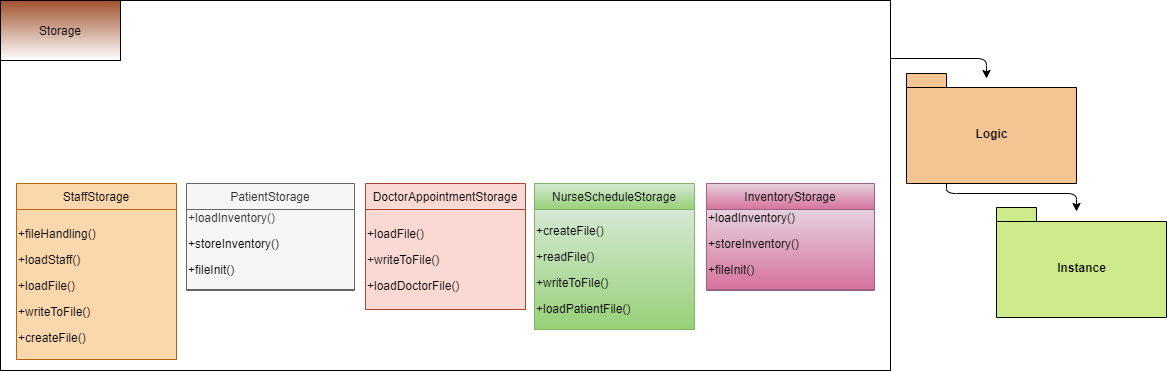
Before: docs/images/StorageUML.png, a diagram exported from draw.io (nus-cs2113-AY2021S2/tp). Source tidied: cells renumbered, new cells last; positions are measured from the earlier drawing's top-left corner, leaving out a move shared by most shapes.
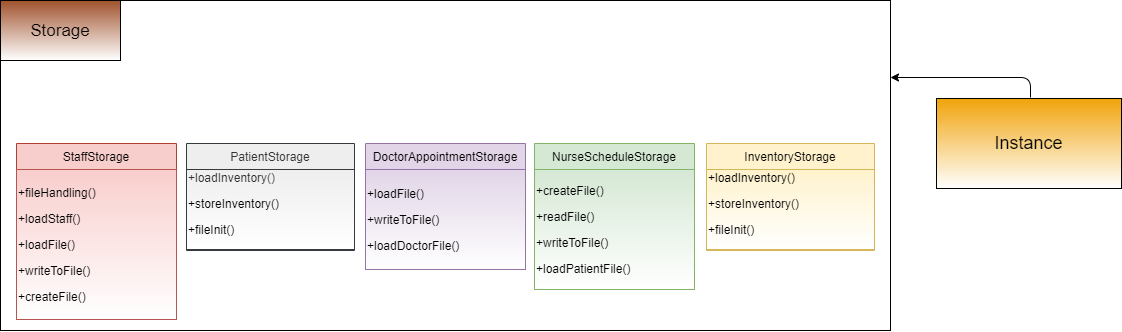
After the change.

Commit message:
Updated StorageUML diagram

Change to the diagram source:
```diff
@@ -3,74 +3,62 @@
     <mxCell id="0" />
     <mxCell id="1" parent="0" />
     <mxCell id="2" style="shape=table;html=1;whiteSpace=wrap;startSize=0;" parent="1" vertex="1">
-      <mxGeometry width="890" height="370" as="geometry" />
+      <mxGeometry y="40" width="890" height="330" as="geometry" />
     </mxCell>
     <mxCell id="3" style="shape=partialRectangle;html=1;whiteSpace=wrap;fillColor=none;top=0;left=0;bottom=0;right=0;" parent="2" vertex="1">
-      <mxGeometry width="890" height="370" as="geometry" />
+      <mxGeometry width="890" height="330" as="geometry" />
     </mxCell>
     <mxCell id="4" style="shape=partialRectangle;html=1;whiteSpace=wrap;overflow=hidden;fillColor=none;top=0;left=0;bottom=0;right=0;shadow=0;" parent="3" vertex="1">
-      <mxGeometry width="890" height="370" as="geometry" />
+      <mxGeometry width="890" height="330" as="geometry" />
     </mxCell>
-    <mxCell id="5" value="DoctorAppointmentStorage" style="swimlane;fontStyle=0;align=center;verticalAlign=top;horizontal=1;startSize=26;rounded=0;shadow=0;strokeWidth=1;strokeColor=#ae4132;fillColor=#fad9d5;" parent="1" vertex="1">
+    <mxCell id="5" value="DoctorAppointmentStorage" style="swimlane;fontStyle=0;align=center;verticalAlign=middle;horizontal=1;startSize=26;rounded=0;shadow=0;strokeWidth=1;fillColor=#E1D5E7;strokeColor=#9673A6;" parent="1" vertex="1">
       <mxGeometry x="365" y="183" width="160" height="126" as="geometry" />
     </mxCell>
-    <mxCell id="6" value="&lt;p&gt;&lt;font style=&quot;font-size: 12px&quot;&gt;+loadFile()&lt;/font&gt;&lt;/p&gt;&lt;p&gt;&lt;font style=&quot;font-size: 12px&quot;&gt;+writeToFile()&lt;/font&gt;&lt;/p&gt;&lt;p&gt;&lt;font style=&quot;font-size: 12px&quot;&gt;+loadDoctorFile()&lt;/font&gt;&lt;/p&gt;" style="text;html=1;align=left;verticalAlign=middle;strokeColor=#ae4132;fillColor=#fad9d5;" parent="5" vertex="1">
+    <mxCell id="6" value="&lt;p&gt;&lt;font style=&quot;font-size: 12px&quot;&gt;+loadFile()&lt;/font&gt;&lt;/p&gt;&lt;p&gt;&lt;font style=&quot;font-size: 12px&quot;&gt;+writeToFile()&lt;/font&gt;&lt;/p&gt;&lt;p&gt;&lt;font style=&quot;font-size: 12px&quot;&gt;+loadDoctorFile()&lt;/font&gt;&lt;/p&gt;" style="text;html=1;align=left;verticalAlign=middle;fillColor=#E1D5E7;strokeColor=#9673A6;gradientColor=#ffffff;" parent="5" vertex="1">
       <mxGeometry y="26" width="160" height="100" as="geometry" />
     </mxCell>
-    <mxCell id="7" value="NurseScheduleStorage" style="swimlane;fontStyle=0;align=center;verticalAlign=top;horizontal=1;startSize=26;rounded=0;shadow=0;strokeWidth=1;gradientColor=#97d077;fillColor=#d5e8d4;strokeColor=#82b366;" parent="1" vertex="1">
+    <mxCell id="7" value="NurseScheduleStorage" style="swimlane;fontStyle=0;align=center;verticalAlign=middle;horizontal=1;startSize=26;rounded=0;shadow=0;strokeWidth=1;fillColor=#D5E8D4;strokeColor=#82B366;" parent="1" vertex="1">
       <mxGeometry x="534" y="183" width="160" height="146" as="geometry" />
     </mxCell>
-    <mxCell id="8" value="&lt;p&gt;&lt;font style=&quot;font-size: 12px&quot;&gt;+createFile()&lt;/font&gt;&lt;/p&gt;&lt;p&gt;&lt;font style=&quot;font-size: 12px&quot;&gt;+readFile()&lt;/font&gt;&lt;/p&gt;&lt;p&gt;&lt;font style=&quot;font-size: 12px&quot;&gt;+writeToFile()&lt;/font&gt;&lt;/p&gt;&lt;p&gt;&lt;font style=&quot;font-size: 12px&quot;&gt;+loadPatientFile()&lt;/font&gt;&lt;/p&gt;" style="text;html=1;align=left;verticalAlign=middle;strokeColor=#82b366;gradientColor=#97d077;fillColor=#d5e8d4;" parent="7" vertex="1">
+    <mxCell id="8" value="&lt;p&gt;&lt;font style=&quot;font-size: 12px&quot;&gt;+createFile()&lt;/font&gt;&lt;/p&gt;&lt;p&gt;&lt;font style=&quot;font-size: 12px&quot;&gt;+readFile()&lt;/font&gt;&lt;/p&gt;&lt;p&gt;&lt;font style=&quot;font-size: 12px&quot;&gt;+writeToFile()&lt;/font&gt;&lt;/p&gt;&lt;p&gt;&lt;font style=&quot;font-size: 12px&quot;&gt;+loadPatientFile()&lt;/font&gt;&lt;/p&gt;" style="text;html=1;align=left;verticalAlign=middle;fillColor=#D5E8D4;gradientColor=#FFFFFF;strokeColor=#82B366;" parent="7" vertex="1">
       <mxGeometry y="26" width="160" height="120" as="geometry" />
     </mxCell>
-    <mxCell id="9" value="PatientStorage" style="swimlane;fontStyle=0;align=center;verticalAlign=top;horizontal=1;startSize=26;rounded=0;shadow=0;strokeWidth=1;fillColor=#f5f5f5;strokeColor=#666666;fontColor=#333333;" parent="1" vertex="1">
+    <mxCell id="9" value="PatientStorage" style="swimlane;fontStyle=0;align=center;verticalAlign=middle;horizontal=1;startSize=26;rounded=0;shadow=0;strokeWidth=1;fontColor=#333333;fillColor=#EEEEEE;strokeColor=#36393D;" parent="1" vertex="1">
       <mxGeometry x="186" y="183" width="168" height="107" as="geometry" />
     </mxCell>
-    <mxCell id="10" value="&lt;font style=&quot;font-size: 12px&quot;&gt;+loadInventory()&lt;br&gt;&lt;/font&gt;&lt;p&gt;&lt;span style=&quot;color: rgb(0 , 0 , 0)&quot;&gt;&lt;font style=&quot;font-size: 12px&quot;&gt;+storeInventory()&lt;/font&gt;&lt;/span&gt;&lt;/p&gt;&lt;p&gt;&lt;span style=&quot;color: rgb(0 , 0 , 0)&quot;&gt;&lt;font style=&quot;font-size: 12px&quot;&gt;+fileInit()&lt;/font&gt;&lt;/span&gt;&lt;/p&gt;" style="text;html=1;align=left;verticalAlign=middle;strokeColor=#666666;fillColor=#f5f5f5;fontColor=#333333;" parent="9" vertex="1">
+    <mxCell id="10" value="&lt;font style=&quot;font-size: 12px&quot;&gt;+loadInventory()&lt;br&gt;&lt;/font&gt;&lt;p&gt;&lt;span style=&quot;color: rgb(0 , 0 , 0)&quot;&gt;&lt;font style=&quot;font-size: 12px&quot;&gt;+storeInventory()&lt;/font&gt;&lt;/span&gt;&lt;/p&gt;&lt;p&gt;&lt;span style=&quot;color: rgb(0 , 0 , 0)&quot;&gt;&lt;font style=&quot;font-size: 12px&quot;&gt;+fileInit()&lt;/font&gt;&lt;/span&gt;&lt;/p&gt;" style="text;html=1;align=left;verticalAlign=middle;fontColor=#333333;fillColor=#EEEEEE;strokeColor=#36393D;gradientColor=#ffffff;" parent="9" vertex="1">
       <mxGeometry y="26" width="168" height="80" as="geometry" />
     </mxCell>
-    <mxCell id="11" value="InventoryStorage" style="swimlane;fontStyle=0;align=center;verticalAlign=top;horizontal=1;startSize=26;rounded=0;shadow=0;strokeWidth=1;gradientColor=#d5739d;fillColor=#e6d0de;strokeColor=#996185;" parent="1" vertex="1">
+    <mxCell id="11" value="InventoryStorage" style="swimlane;fontStyle=0;align=center;verticalAlign=middle;horizontal=1;startSize=26;rounded=0;shadow=0;strokeWidth=1;fillColor=#FFF2CC;strokeColor=#D6B656;" parent="1" vertex="1">
       <mxGeometry x="706" y="183" width="168" height="107" as="geometry" />
     </mxCell>
-    <mxCell id="12" value="&lt;font style=&quot;font-size: 12px&quot;&gt;+loadInventory()&lt;br&gt;&lt;/font&gt;&lt;p&gt;&lt;span style=&quot;color: rgb(0 , 0 , 0)&quot;&gt;&lt;font style=&quot;font-size: 12px&quot;&gt;+storeInventory()&lt;/font&gt;&lt;/span&gt;&lt;/p&gt;&lt;p&gt;&lt;span style=&quot;color: rgb(0 , 0 , 0)&quot;&gt;&lt;font style=&quot;font-size: 12px&quot;&gt;+fileInit()&lt;/font&gt;&lt;/span&gt;&lt;/p&gt;" style="text;html=1;align=left;verticalAlign=middle;strokeColor=#996185;gradientColor=#d5739d;fillColor=#e6d0de;" parent="11" vertex="1">
+    <mxCell id="12" value="&lt;font style=&quot;font-size: 12px&quot;&gt;+loadInventory()&lt;br&gt;&lt;/font&gt;&lt;p&gt;&lt;span style=&quot;color: rgb(0 , 0 , 0)&quot;&gt;&lt;font style=&quot;font-size: 12px&quot;&gt;+storeInventory()&lt;/font&gt;&lt;/span&gt;&lt;/p&gt;&lt;p&gt;&lt;span style=&quot;color: rgb(0 , 0 , 0)&quot;&gt;&lt;font style=&quot;font-size: 12px&quot;&gt;+fileInit()&lt;/font&gt;&lt;/span&gt;&lt;/p&gt;" style="text;html=1;align=left;verticalAlign=middle;fillColor=#FFF2CC;gradientColor=#FFFFFF;strokeColor=#D6B656;" parent="11" vertex="1">
       <mxGeometry y="26" width="168" height="80" as="geometry" />
     </mxCell>
-    <mxCell id="13" value="StaffStorage" style="swimlane;fontStyle=0;align=center;verticalAlign=top;horizontal=1;startSize=26;rounded=0;shadow=0;strokeWidth=1;fillColor=#fad7ac;strokeColor=#b46504;labelBackgroundColor=none;" parent="1" vertex="1">
+    <mxCell id="13" value="StaffStorage" style="swimlane;fontStyle=0;align=center;verticalAlign=middle;horizontal=1;startSize=26;rounded=0;shadow=0;strokeWidth=1;labelBackgroundColor=none;strokeColor=#ae4132;fillColor=#F8CECC;" parent="1" vertex="1">
       <mxGeometry x="16" y="183" width="160" height="176" as="geometry" />
     </mxCell>
-    <mxCell id="14" value="&lt;p&gt;&lt;span style=&quot;text-align: right&quot;&gt;+fileHandling()&lt;/span&gt;&lt;/p&gt;&lt;p&gt;&lt;span style=&quot;text-align: right&quot;&gt;+loadStaff()&lt;/span&gt;&lt;/p&gt;&lt;p&gt;&lt;span style=&quot;text-align: right&quot;&gt;+loadFile()&lt;/span&gt;&lt;/p&gt;&lt;p&gt;&lt;span style=&quot;text-align: right&quot;&gt;+writeToFile()&lt;/span&gt;&lt;/p&gt;&lt;p&gt;&lt;span style=&quot;text-align: right&quot;&gt;+createFile()&lt;/span&gt;&lt;/p&gt;" style="text;html=1;align=left;verticalAlign=bottom;points=[];labelBackgroundColor=none;labelBorderColor=none;fillColor=#fad7ac;strokeWidth=1;strokeColor=#b46504;" parent="13" vertex="1">
+    <mxCell id="14" value="&lt;p&gt;&lt;span style=&quot;text-align: right&quot;&gt;+fileHandling()&lt;/span&gt;&lt;/p&gt;&lt;p&gt;&lt;span style=&quot;text-align: right&quot;&gt;+loadStaff()&lt;/span&gt;&lt;/p&gt;&lt;p&gt;&lt;span style=&quot;text-align: right&quot;&gt;+loadFile()&lt;/span&gt;&lt;/p&gt;&lt;p&gt;&lt;span style=&quot;text-align: right&quot;&gt;+writeToFile()&lt;/span&gt;&lt;/p&gt;&lt;p&gt;&lt;span style=&quot;text-align: right&quot;&gt;+createFile()&lt;/span&gt;&lt;/p&gt;" style="text;html=1;align=left;verticalAlign=middle;points=[];labelBackgroundColor=none;labelBorderColor=none;strokeWidth=1;fillColor=#F8CECC;strokeColor=#B85450;gradientColor=#ffffff;" parent="13" vertex="1">
       <mxGeometry y="26" width="160" height="150" as="geometry" />
     </mxCell>
     <mxCell id="15" style="edgeStyle=none;rounded=0;orthogonalLoop=1;jettySize=auto;html=1;entryX=0.5;entryY=1;entryDx=0;entryDy=0;entryPerimeter=0;" parent="13" edge="1" source="14" target="14">
       <mxGeometry relative="1" as="geometry" />
     </mxCell>
-    <mxCell id="16" value="&lt;font color=&quot;#000000&quot;&gt;Storage&lt;/font&gt;" style="rounded=0;whiteSpace=wrap;html=1;shadow=0;labelBackgroundColor=none;strokeWidth=1;fillColor=#a0522d;align=center;fontColor=#ffffff;gradientColor=#ffffff;" parent="1" vertex="1">
-      <mxGeometry width="120" height="60" as="geometry" />
+    <mxCell id="16" value="&lt;p style=&quot;font-size: 17px;&quot;&gt;&lt;font color=&quot;#000000&quot; style=&quot;font-size: 17px;&quot;&gt;&lt;span style=&quot;font-size: 17px;&quot;&gt;Storage&lt;/span&gt;&lt;/font&gt;&lt;/p&gt;" style="rounded=0;whiteSpace=wrap;html=1;shadow=0;labelBackgroundColor=none;strokeWidth=1;fillColor=#a0522d;align=center;fontColor=#ffffff;gradientColor=#ffffff;fontFamily=Helvetica;fontSize=17;fontStyle=0;" parent="1" vertex="1">
+      <mxGeometry y="40" width="120" height="60" as="geometry" />
     </mxCell>
-    <mxCell id="17" style="endArrow=classic;html=1;edgeStyle=orthogonalEdgeStyle;rounded=1;" parent="1" edge="1">
-      <mxGeometry relative="1" as="geometry">
-        <mxPoint x="890" y="58" as="sourcePoint" />
-        <mxPoint x="986" y="78" as="targetPoint" />
-        <Array as="points">
-          <mxPoint x="986" y="58" />
-          <mxPoint x="986" y="78" />
-        </Array>
-      </mxGeometry>
-    </mxCell>
-    <mxCell id="18" value="Logic" style="shape=folder;fontStyle=1;spacingTop=10;tabWidth=40;tabHeight=14;tabPosition=left;html=1;shadow=0;labelBackgroundColor=none;strokeColor=#000000;strokeWidth=1;align=center;fillColor=#F5C493;" parent="1" vertex="1">
-      <mxGeometry x="906" y="73" width="170" height="110" as="geometry" />
-    </mxCell>
-    <mxCell id="19" style="endArrow=classic;html=1;edgeStyle=orthogonalEdgeStyle;" parent="1" edge="1">
-      <mxGeometry relative="1" as="geometry">
-        <mxPoint x="946" y="183" as="sourcePoint" />
-        <mxPoint x="1076" y="211" as="targetPoint" />
-        <Array as="points">
-          <mxPoint x="1076" y="193" />
-        </Array>
-      </mxGeometry>
-    </mxCell>
-    <mxCell id="20" value="Instance" style="shape=folder;fontStyle=1;spacingTop=10;tabWidth=40;tabHeight=14;tabPosition=left;html=1;shadow=0;labelBackgroundColor=none;strokeWidth=1;align=center;fillColor=#cdeb8b;" parent="1" vertex="1">
-      <mxGeometry x="996" y="207" width="170" height="110" as="geometry" />
+    <mxCell id="20" value="&lt;font style=&quot;font-size: 18px&quot; color=&quot;#000000&quot;&gt;Instance&lt;/font&gt;" style="rounded=0;whiteSpace=wrap;html=1;fontFamily=Helvetica;fontSize=13;fillColor=#f0a30a;fontColor=#ffffff;gradientColor=#ffffff;" parent="1" vertex="1">
+      <mxGeometry x="936" y="138" width="185" height="90" as="geometry" />
     </mxCell>
+    <mxCell id="21" style="endArrow=classic;html=1;edgeStyle=orthogonalEdgeStyle;rounded=1;" parent="1" edge="1">
+      <mxGeometry relative="1" as="geometry">
+        <mxPoint x="1030" y="137" as="sourcePoint" />
+        <mxPoint x="890" y="117" as="targetPoint" />
+        <Array as="points">
+          <mxPoint x="1030" y="117" />
+          <mxPoint x="890" y="117" />
+        </Array>
+      </mxGeometry>
+    </mxCell>
   </root>
 </mxGraphModel>
```
